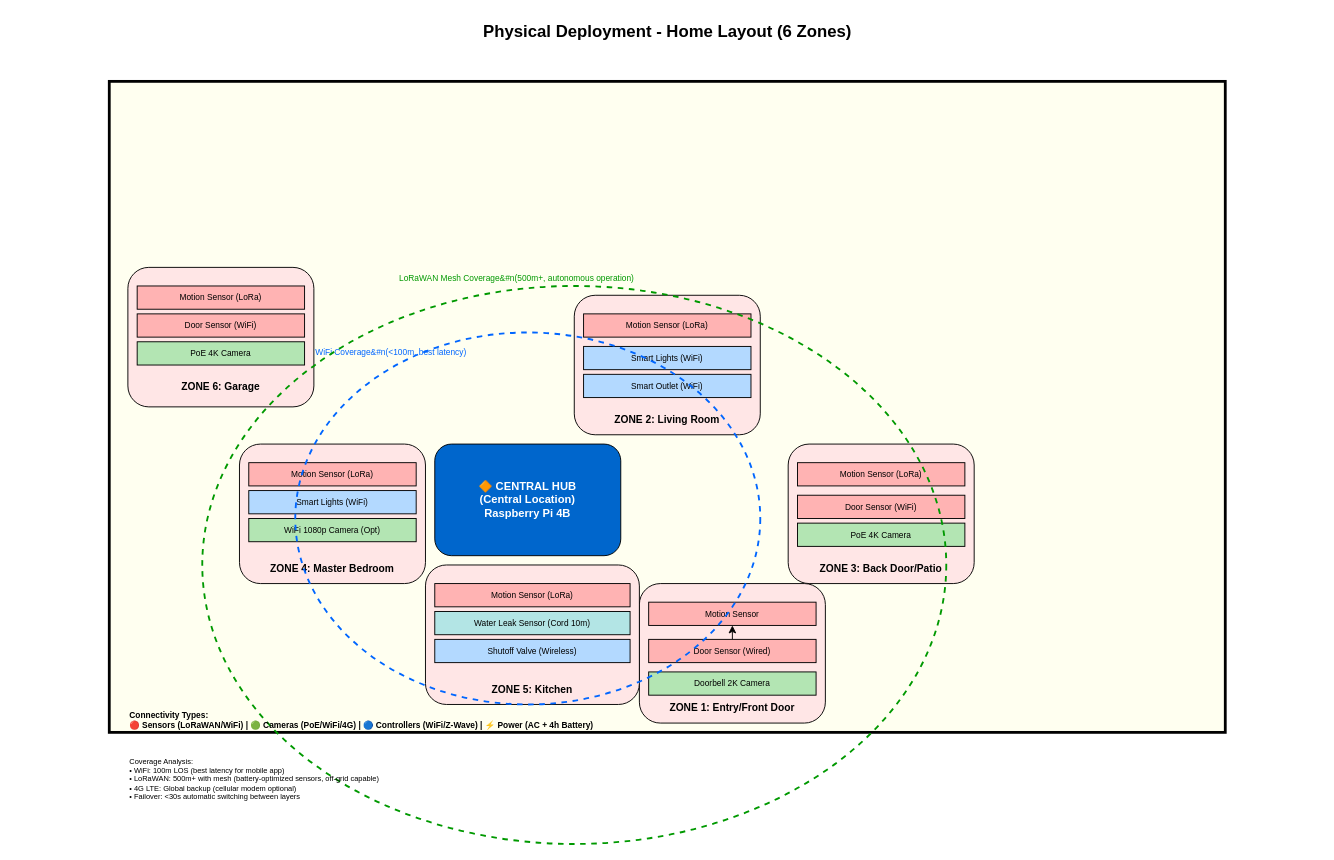
The draw.io diagram 2_DESIGN/Deployment-Diagram.drawio in E-PL/design-and-validation-of-a-smart-home-security-system, before the edit. Source tidied: cells renumbered, new cells numbered last; positions are measured from the earlier drawing's top-left corner, leaving out a move shared by most shapes. Both pictures are drawn from the tidied source at 93%, with x=0, y=0 at pixel (16, 16).
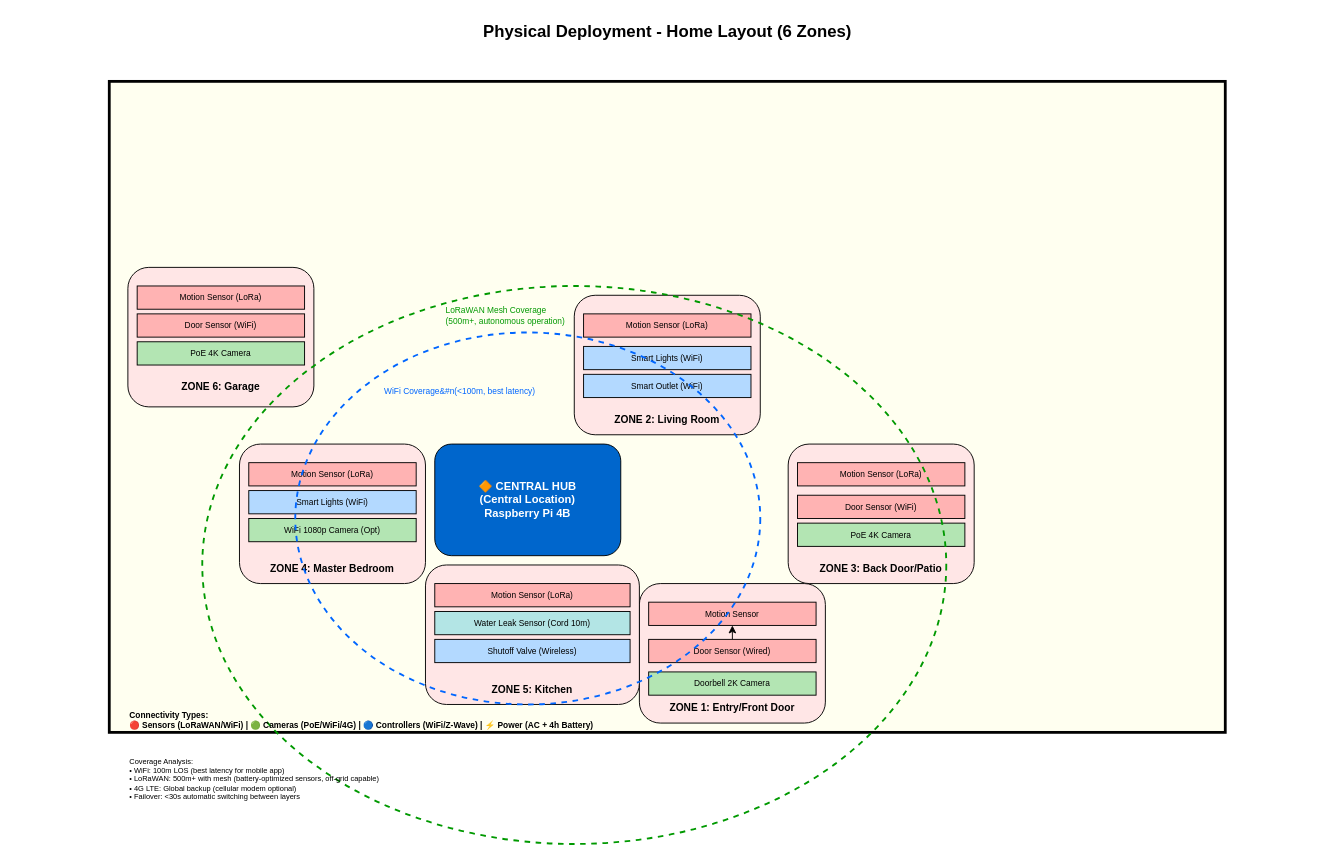
Above is the later version.

What changed in the source:
```diff
@@
     <mxCell id="31" value="WiFi Coverage&amp;#n(&lt;100m, best latency)" style="text;html=1;fontSize=9;fontColor=#0066FF;" parent="1" vertex="1">
-      <mxGeometry x="320" y="350" width="120" height="40" as="geometry" />
+      <mxGeometry x="394" y="392" width="120" height="40" as="geometry" />
     </mxCell>
@@
-    <mxCell id="33" value="LoRaWAN Mesh Coverage&amp;#n(500m+, autonomous operation)" style="text;html=1;fontSize=9;fontColor=#009900;" parent="1" vertex="1">
-      <mxGeometry x="410" y="270" width="140" height="40" as="geometry" />
+    <mxCell id="33" value="LoRaWAN Mesh Coverage&lt;div&gt;(500m+, autonomous operation)&lt;/div&gt;" style="text;html=1;fontSize=9;fontColor=#009900;" parent="1" vertex="1">
+      <mxGeometry x="460" y="305" width="140" height="40" as="geometry" />
     </mxCell>
```
